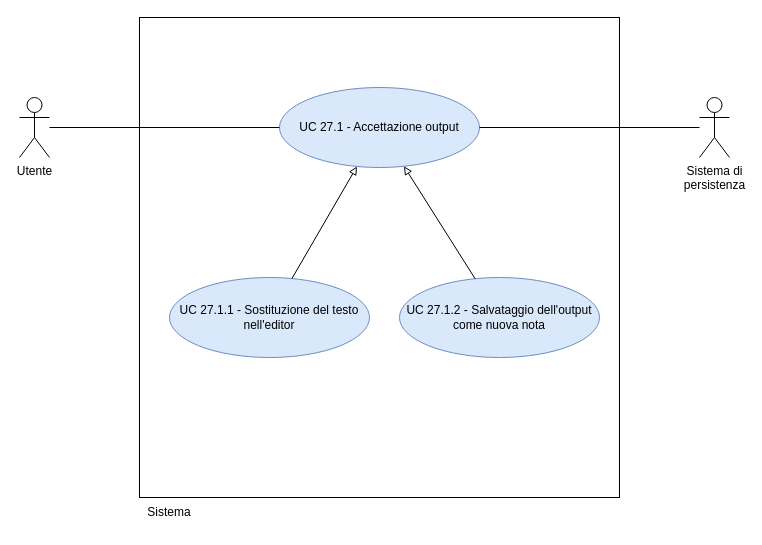
This is RTB/doc_esterna/analisi-dei-requisiti/assets/draw.io/UC27.1.drawio from thebitless-group-swe/thebitless.github.io, a draw.io file, before an edit. Source tidied: cells renumbered, new cells numbered last; positions are measured from the earlier drawing's top-left corner, leaving out a move shared by most shapes. Both pictures are drawn from the tidied source at 100%, with x=0, y=0 at pixel (19, 17).
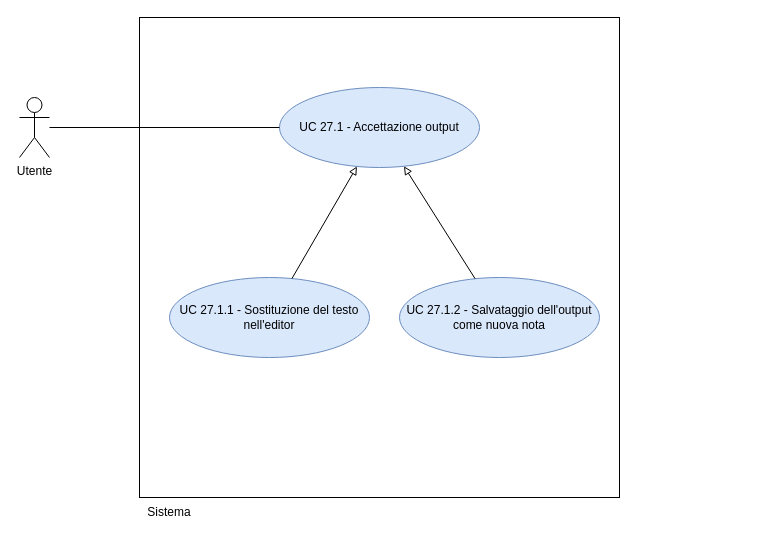
Above is the later version.

What changed in the source:
```diff
@@
 <mxGraphModel>
   <root>
     <mxCell id="0" />
     <mxCell id="1" parent="0" />
     <mxCell id="2" style="whiteSpace=wrap;html=1;" parent="1" vertex="1">
       <mxGeometry x="120" width="480" height="480" as="geometry" />
     </mxCell>
     <mxCell id="3" value="Sistema" style="text;html=1;whiteSpace=wrap;strokeColor=none;fillColor=none;align=center;verticalAlign=middle;rounded=0;" parent="1" vertex="1">
       <mxGeometry x="120" y="480" width="60" height="30" as="geometry" />
     </mxCell>
     <mxCell id="4" value="Utente" style="shape=umlActor;verticalLabelPosition=bottom;verticalAlign=top;html=1;outlineConnect=0;" parent="1" vertex="1">
       <mxGeometry y="80" width="30" height="60" as="geometry" />
     </mxCell>
-    <mxCell id="5" value="Sistema di&lt;br&gt;persistenza" style="shape=umlActor;verticalLabelPosition=bottom;verticalAlign=top;html=1;outlineConnect=0;" parent="1" vertex="1">
-      <mxGeometry x="680" y="80" width="30" height="60" as="geometry" />
-    </mxCell>
     <mxCell id="6" value="UC 27.1 - Accettazione output" style="ellipse;whiteSpace=wrap;html=1;fillColor=#dae8fc;strokeColor=#6c8ebf;" parent="1" vertex="1">
       <mxGeometry x="260" y="70" width="200" height="80" as="geometry" />
     </mxCell>
     <mxCell id="7" value="UC 27.1.1 - Sostituzione del testo&lt;br&gt;nell'editor" style="ellipse;whiteSpace=wrap;html=1;fillColor=#dae8fc;strokeColor=#6c8ebf;" parent="1" vertex="1">
       <mxGeometry x="150" y="260" width="200" height="80" as="geometry" />
     </mxCell>
     <mxCell id="8" value="UC 27.1.2 - Salvataggio dell'output&lt;br&gt;come nuova nota" style="ellipse;whiteSpace=wrap;html=1;fillColor=#dae8fc;strokeColor=#6c8ebf;" parent="1" vertex="1">
       <mxGeometry x="380" y="260" width="200" height="80" as="geometry" />
     </mxCell>
     <mxCell id="9" style="edgeStyle=none;rounded=0;jettySize=auto;html=1;endArrow=none;endFill=0;" parent="1" edge="1" source="4" target="6">
       <mxGeometry relative="1" as="geometry" />
     </mxCell>
-    <mxCell id="10" style="edgeStyle=none;rounded=0;jettySize=auto;html=1;endArrow=none;endFill=0;" parent="1" edge="1" source="5" target="6">
-      <mxGeometry relative="1" as="geometry" />
-    </mxCell>
     <mxCell id="11" style="edgeStyle=none;rounded=0;jettySize=auto;html=1;endArrow=block;endFill=0;" parent="1" edge="1" source="7" target="6">
       <mxGeometry relative="1" as="geometry" />
     </mxCell>
     <mxCell id="12" style="edgeStyle=none;rounded=0;jettySize=auto;html=1;endArrow=block;endFill=0;" parent="1" edge="1" source="8" target="6">
       <mxGeometry relative="1" as="geometry" />
     </mxCell>
   </root>
 </mxGraphModel>
```
